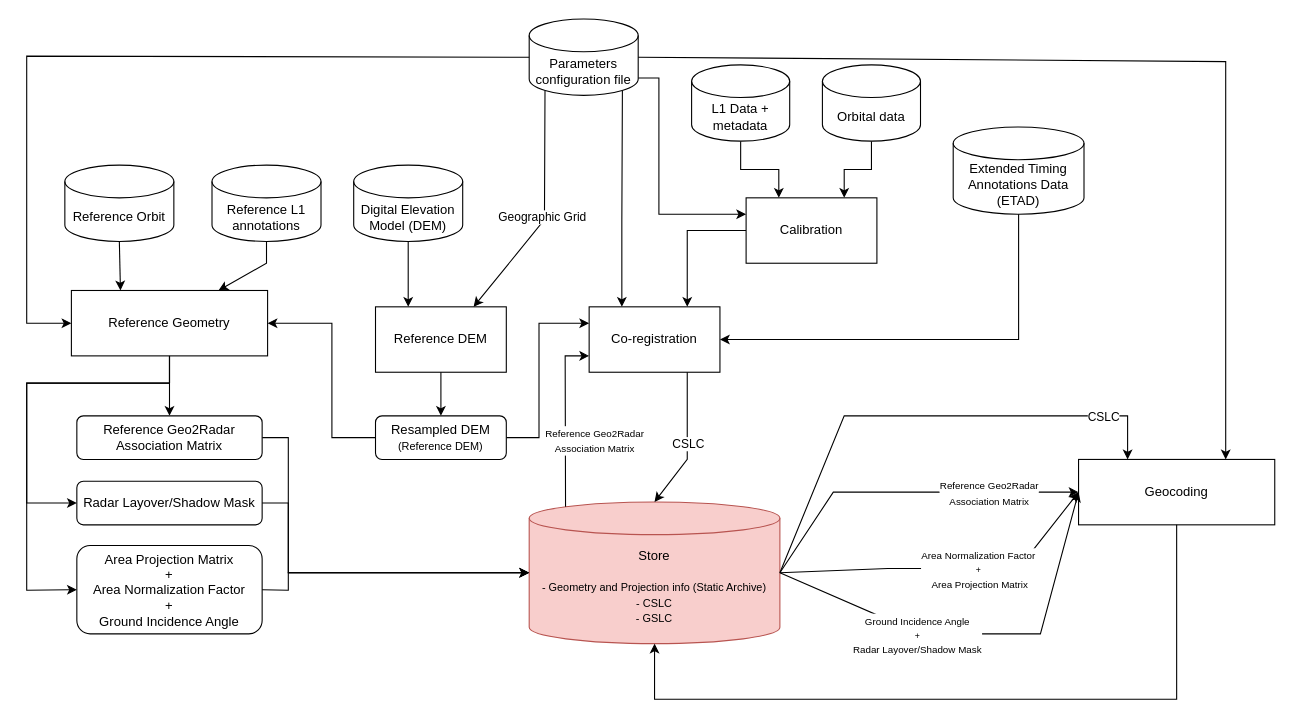
This is docs/atbd_book/Diagrams/GSLC_diagram.drawio from ROSE-L-ARD/cop-ard-atbd, a draw.io file, before an edit. Source tidied: cells renumbered, new cells numbered last; positions are measured from the earlier drawing's top-left corner, leaving out a move shared by most shapes. Both pictures are drawn from the tidied source at 109%, with x=0, y=0 at pixel (26, 19).
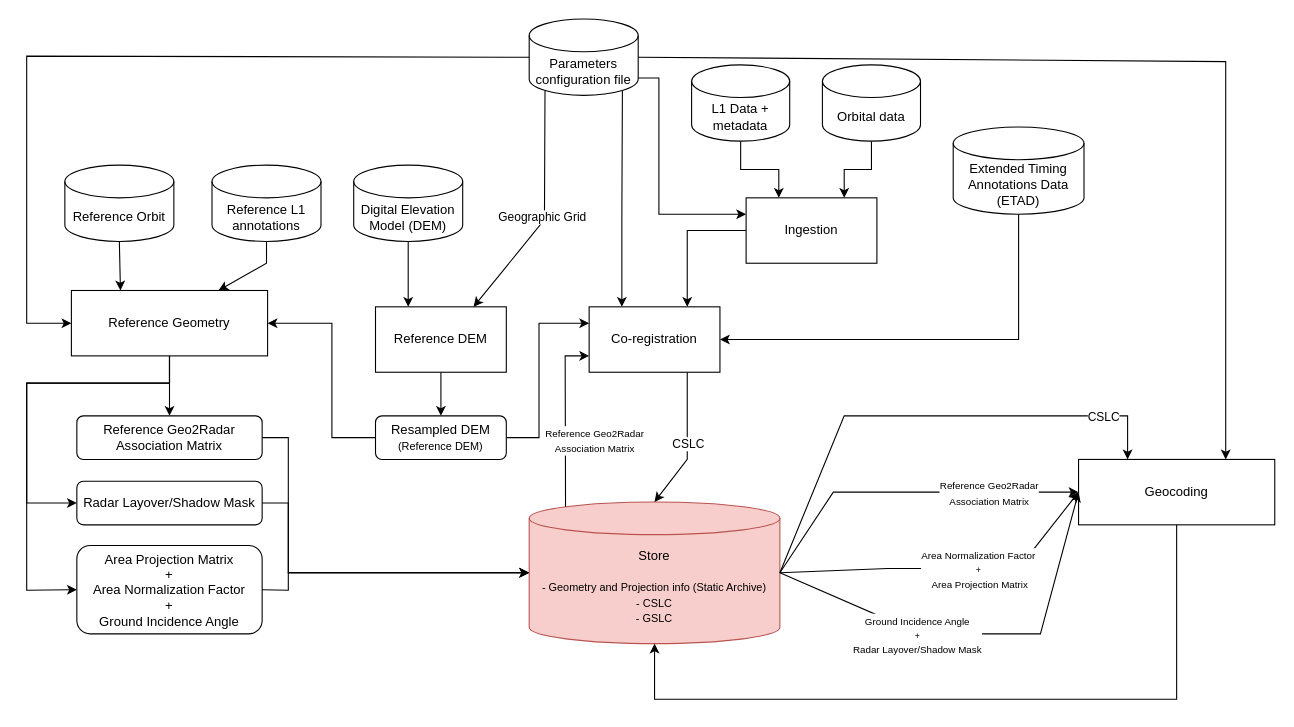
The same page after the edit.

Change to the diagram source:
```diff
@@
-    <mxCell id="53" value="Calibration" style="rounded=0;whiteSpace=wrap;html=1;" parent="1" vertex="1">
+    <mxCell id="53" value="Ingestion" style="rounded=0;whiteSpace=wrap;html=1;" parent="1" vertex="1">
       <mxGeometry x="660" y="164" width="120" height="60" as="geometry" />
     </mxCell>
```
